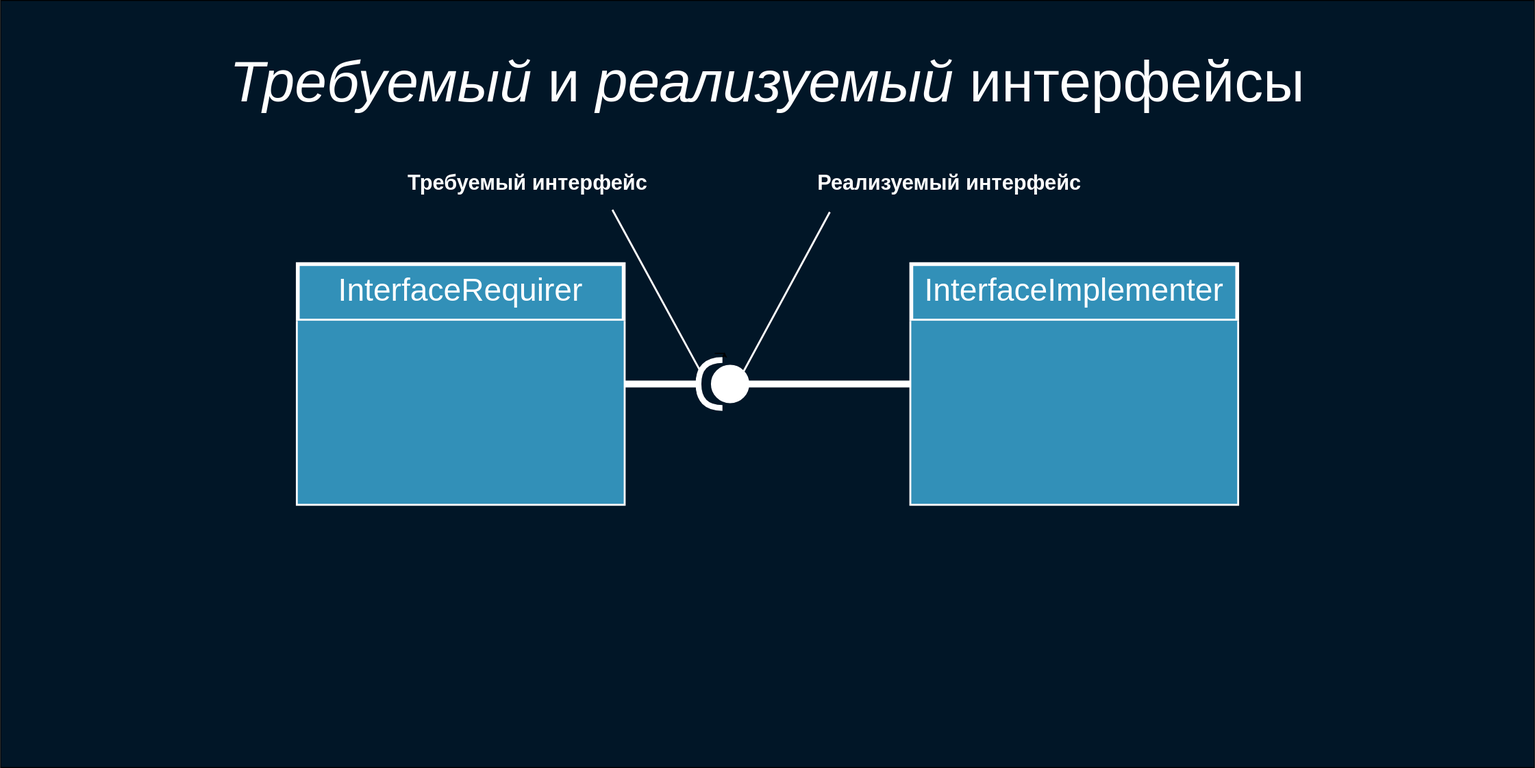
This is deck/ru/diagrams/requiredInterface.svg from softspiders/dip-in-ca-deck, a draw.io export, as it was before one commit. Source tidied: cells renumbered, new cells last; positions are measured from the earlier drawing's top-left corner, leaving out a move shared by most shapes.
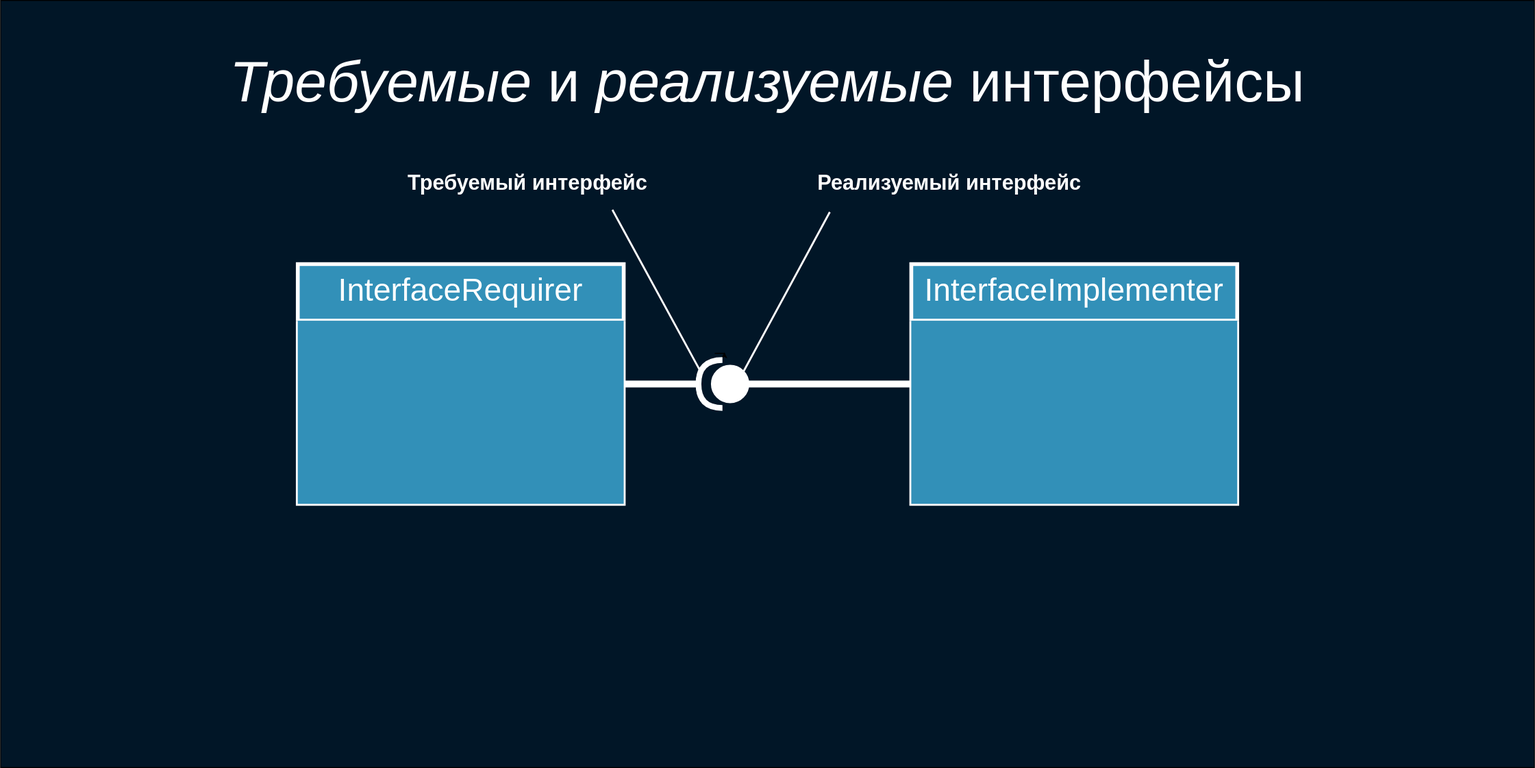
After the change.

Diff of the diagram source:
```diff
@@ -5,7 +5,7 @@
     <mxCell id="2" style="rounded=0;whiteSpace=wrap;html=1;fillColor=#011627;fontSize=30;fontColor=#FFFFFF;strokeColor=#000000;" parent="1" vertex="1">
       <mxGeometry width="1600" height="800" as="geometry" />
     </mxCell>
-    <mxCell id="3" value="&lt;i&gt;Требуемый&lt;/i&gt;&amp;nbsp;и&amp;nbsp;&lt;i&gt;реализуемый&lt;/i&gt;&amp;nbsp;интерфейсы" style="text;html=1;strokeColor=none;fillColor=none;align=center;verticalAlign=middle;whiteSpace=wrap;rounded=0;fontSize=60;fontColor=#FFFFFF;" parent="1" vertex="1">
+    <mxCell id="3" value="&lt;i&gt;Требуемые&lt;/i&gt;&amp;nbsp;и&amp;nbsp;&lt;i&gt;реализуемые&lt;/i&gt;&amp;nbsp;интерфейсы" style="text;html=1;strokeColor=none;fillColor=none;align=center;verticalAlign=middle;whiteSpace=wrap;rounded=0;fontSize=60;fontColor=#FFFFFF;" parent="1" vertex="1">
       <mxGeometry x="180.9" y="50" width="1238.1" height="70" as="geometry" />
     </mxCell>
     <mxCell id="4" style="edgeStyle=orthogonalEdgeStyle;rounded=0;orthogonalLoop=1;jettySize=auto;html=1;exitX=0.5;exitY=1;exitDx=0;exitDy=0;entryX=0.553;entryY=0.974;entryDx=0;entryDy=0;entryPerimeter=0;fontSize=33;fontColor=#FFFFFF;" parent="1" edge="1">
```
